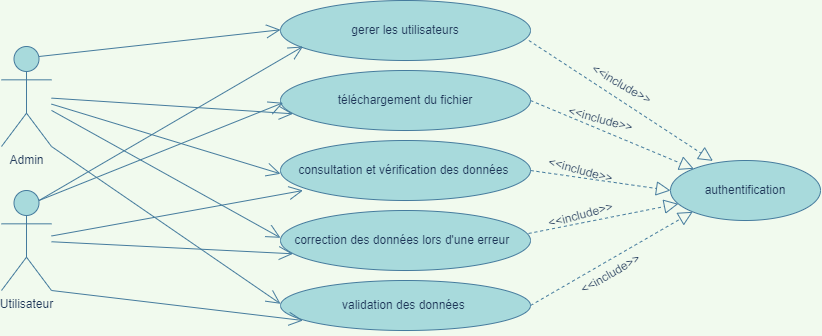
Earlier version of the draw.io export usecase.drawio.png (Yasminuu/PFE). Source tidied: cells renumbered, new cells last; positions are measured from the earlier drawing's top-left corner, leaving out a move shared by most shapes.
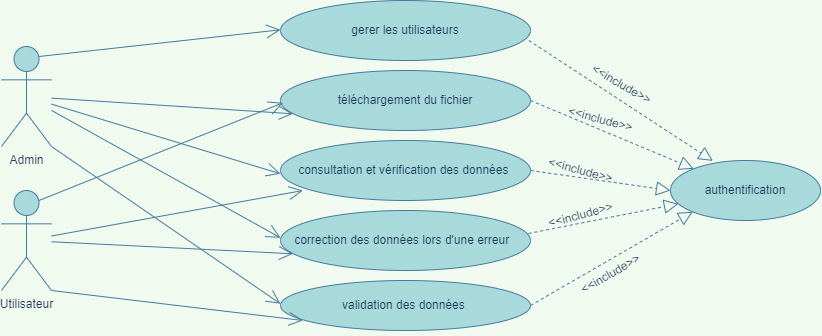
The same diagram one commit later.

Diff of the diagram source:
```diff
@@ -75,11 +75,6 @@
         <mxPoint x="281.5" y="102.3" as="targetPoint" />
       </mxGeometry>
     </mxCell>
-    <mxCell id="23" style="endArrow=open;endFill=1;endSize=12;html=1;rounded=0;exitX=0.75;exitY=0.1;exitDx=0;exitDy=0;exitPerimeter=0;labelBackgroundColor=#F1FAEE;strokeColor=#457B9D;fontColor=#1D3557;" parent="1" edge="1" source="16">
-      <mxGeometry relative="1" as="geometry">
-        <mxPoint x="301.5" y="46" as="targetPoint" />
-      </mxGeometry>
-    </mxCell>
     <mxCell id="24" style="endArrow=open;endFill=1;endSize=12;html=1;rounded=0;labelBackgroundColor=#F1FAEE;strokeColor=#457B9D;fontColor=#1D3557;" parent="1" edge="1" source="2">
       <mxGeometry relative="1" as="geometry">
         <mxPoint x="291.5" y="113.3" as="targetPoint" />
```
